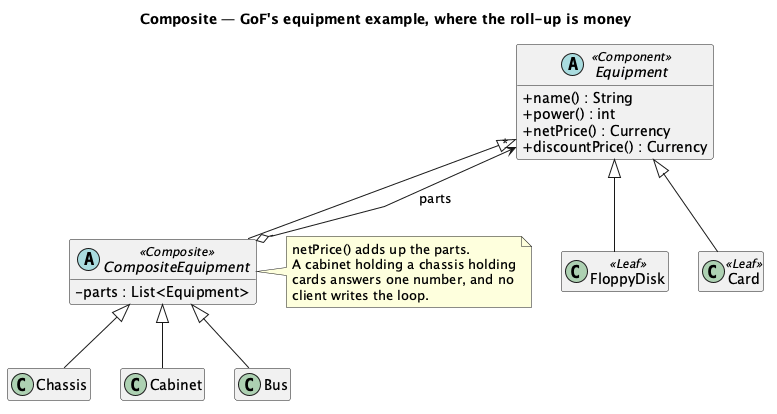
Earlier version of the PlantUML export src/main/java/dev/kaldiroglu/dp/structural/composite/gof/equipment/uml/Composite - Equipment - Class Diagram.png (kaldiroglu/DesignPatternsWithJava).
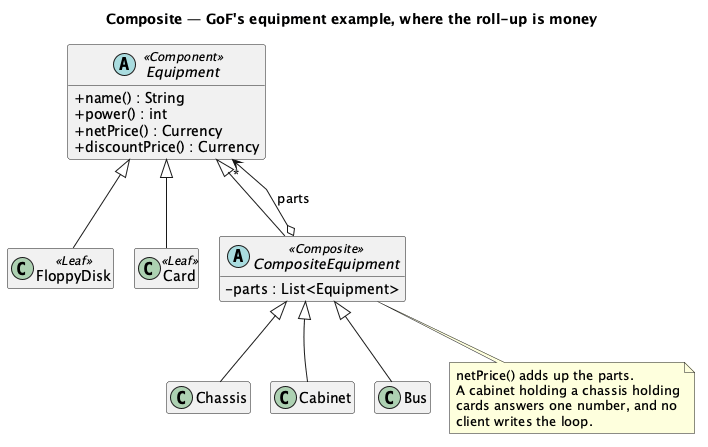
Later version of the same file.

Diff of the diagram source:
```diff
@@ -1,6 +1,6 @@
 @startuml
+skinparam nodesep 20
 skinparam linetype polyline
-skinparam nodesep 30
 skinparam classAttributeIconSize 0
 hide empty members
 title Composite — GoF's equipment example, where the roll-up is money
@@ -29,7 +29,7 @@
 CompositeEquipment <|-- Cabinet
 CompositeEquipment <|-- Bus
 
-note right of CompositeEquipment
+note bottom of CompositeEquipment
   netPrice() adds up the parts.
   A cabinet holding a chassis holding
   cards answers one number, and no
@@ -37,4 +37,7 @@
 end note
 
 CompositeEquipment o-[norank]-> "*" Equipment : parts
+CompositeEquipment -[hidden]- Cabinet
+Chassis -[hidden]right- Cabinet
+Cabinet -[hidden]right- Bus
 @enduml
```
